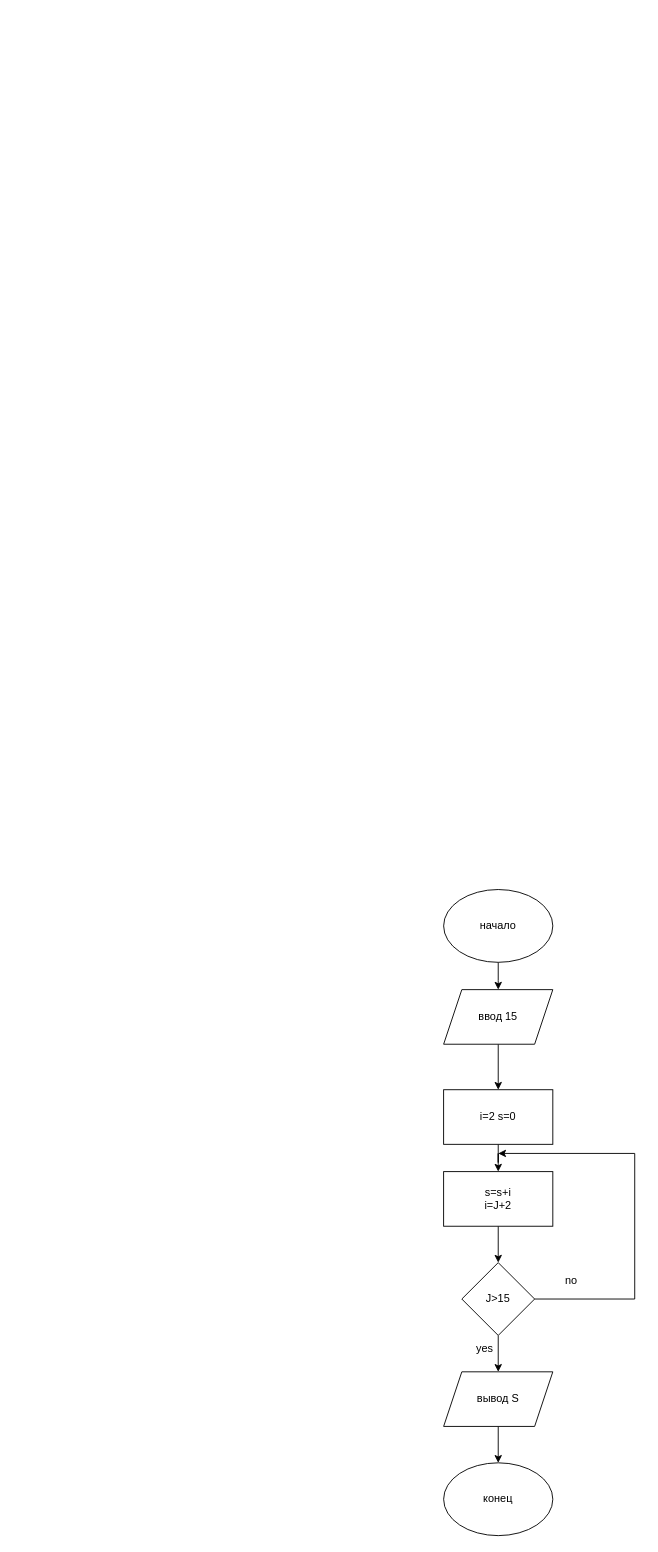
The draw.io diagram Диаграмма без названия.drawio in yroslav2323/python, before the edit. Source tidied: cells renumbered, new cells numbered last; positions are measured from the earlier drawing's top-left corner, leaving out a move shared by most shapes. Both pictures are drawn from the tidied source at 91%, with x=0, y=0 at pixel (443, 889).
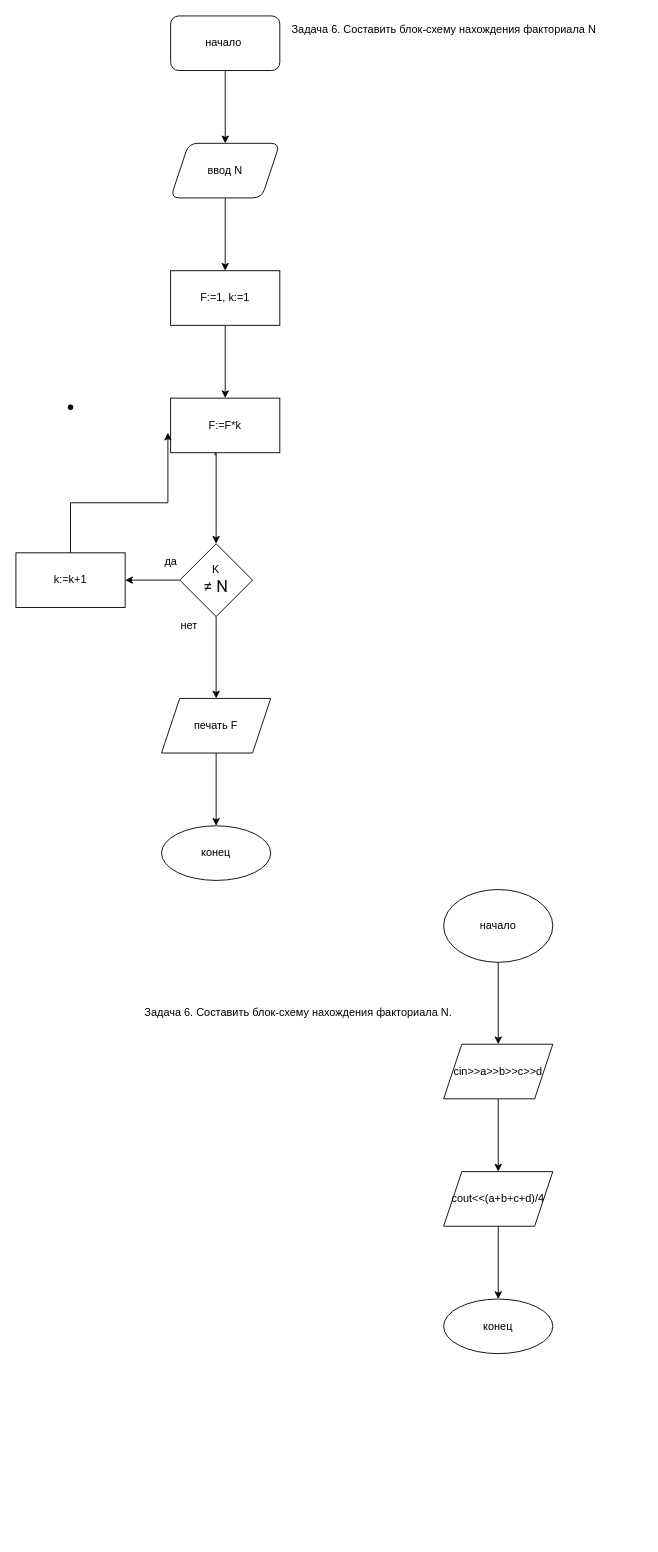
The same diagram, later.

The change refers to these unchanged cells:
```xml
<mxCell id="3" value="начало" style="ellipse;whiteSpace=wrap;html=1;" parent="1" vertex="1">
  <mxGeometry width="120" height="80" as="geometry" />
</mxCell>
```

Change to the diagram source:
```diff
@@
-    <mxCell id="2" style="edgeStyle=orthogonalEdgeStyle;rounded=0;jettySize=auto;html=1;" parent="1" edge="1" source="3">
-      <mxGeometry relative="1" as="geometry">
-        <mxPoint x="60" y="110" as="targetPoint" />
-      </mxGeometry>
-    </mxCell>
+    <mxCell id="18" style="edgeStyle=orthogonalEdgeStyle;rounded=0;jettySize=auto;html=1;" parent="1" edge="1" source="19" target="21">
+      <mxGeometry relative="1" as="geometry" />
+    </mxCell>
+    <mxCell id="19" value="начало&amp;nbsp;" style="rounded=1;whiteSpace=wrap;html=1;" parent="1" vertex="1">
+      <mxGeometry x="-300" y="-960" width="120" height="60" as="geometry" />
+    </mxCell>
+    <mxCell id="20" style="edgeStyle=orthogonalEdgeStyle;rounded=0;jettySize=auto;html=1;" parent="1" edge="1" source="21">
+      <mxGeometry relative="1" as="geometry">
+        <mxPoint x="-240" y="-680" as="targetPoint" />
+      </mxGeometry>
+    </mxCell>
+    <mxCell id="21" value="ввод N" style="shape=parallelogram;perimeter=parallelogramPerimeter;whiteSpace=wrap;html=1;fixedSize=1;rounded=1;" parent="1" vertex="1">
+      <mxGeometry x="-300" y="-820" width="120" height="60" as="geometry" />
+    </mxCell>
+    <mxCell id="22" style="edgeStyle=orthogonalEdgeStyle;rounded=0;jettySize=auto;html=1;" parent="1" edge="1" source="23" target="25">
+      <mxGeometry relative="1" as="geometry" />
+    </mxCell>
+    <mxCell id="23" value="F:=1, k:=1" style="rounded=0;whiteSpace=wrap;html=1;" parent="1" vertex="1">
+      <mxGeometry x="-300" y="-680" width="120" height="60" as="geometry" />
+    </mxCell>
+    <mxCell id="24" style="edgeStyle=orthogonalEdgeStyle;rounded=0;jettySize=auto;html=1;exitX=0.408;exitY=1.05;exitDx=0;exitDy=0;exitPerimeter=0;" parent="1" edge="1" source="25">
+      <mxGeometry relative="1" as="geometry">
+        <mxPoint x="-250" y="-380" as="targetPoint" />
+        <Array as="points">
+          <mxPoint x="-251" y="-480" />
+          <mxPoint x="-250" y="-480" />
+        </Array>
+      </mxGeometry>
+    </mxCell>
+    <mxCell id="25" value="F:=F*k" style="whiteSpace=wrap;html=1;rounded=0;" parent="1" vertex="1">
+      <mxGeometry x="-300" y="-540" width="120" height="60" as="geometry" />
+    </mxCell>
+    <mxCell id="26" style="edgeStyle=orthogonalEdgeStyle;rounded=0;jettySize=auto;html=1;" parent="1" edge="1" source="28" target="29">
+      <mxGeometry relative="1" as="geometry" />
+    </mxCell>
+    <mxCell id="27" style="edgeStyle=orthogonalEdgeStyle;rounded=0;jettySize=auto;html=1;" parent="1" edge="1" source="28" target="35">
+      <mxGeometry relative="1" as="geometry" />
+    </mxCell>
+    <mxCell id="28" value="K&lt;h1 style=&quot;box-sizing: inherit; font-size: 18px; margin: 0px; font-weight: normal; line-height: 1.3; color: rgb(17, 17, 17); font-family: Roboto, &amp;quot;Noto Sans&amp;quot;, sans-serif; text-align: start; background-color: rgb(255, 255, 255);&quot; id=&quot;symbol-title&quot; class=&quot;symbol__title symbol__title--main&quot;&gt;≠ N&lt;/h1&gt;" style="rhombus;whiteSpace=wrap;html=1;" parent="1" vertex="1">
+      <mxGeometry x="-290" y="-380" width="80" height="80" as="geometry" />
+    </mxCell>
+    <mxCell id="29" value="k:=k+1" style="whiteSpace=wrap;html=1;" parent="1" vertex="1">
+      <mxGeometry x="-470" y="-370" width="120" height="60" as="geometry" />
+    </mxCell>
+    <mxCell id="30" style="edgeStyle=orthogonalEdgeStyle;rounded=0;jettySize=auto;html=1;entryX=-0.025;entryY=0.633;entryDx=0;entryDy=0;entryPerimeter=0;exitX=0.5;exitY=0;exitDx=0;exitDy=0;" parent="1" edge="1" source="29" target="25">
+      <mxGeometry relative="1" as="geometry" />
+    </mxCell>
+    <mxCell id="31" style="shape=waypoint;sketch=0;size=6;fillColor=default;perimeter=centerPerimeter;" parent="1" vertex="1">
+      <mxGeometry x="-430" y="-550" width="40" height="40" as="geometry" />
+    </mxCell>
+    <mxCell id="32" value="да" style="text;html=1;align=center;verticalAlign=middle;fillColor=none;strokeColor=none;rounded=0;" parent="1" vertex="1">
+      <mxGeometry x="-320" y="-375" width="40" height="30" as="geometry" />
+    </mxCell>
+    <mxCell id="33" value="нет" style="text;html=1;align=center;verticalAlign=middle;fillColor=none;strokeColor=none;rounded=0;" parent="1" vertex="1">
+      <mxGeometry x="-300" y="-305" width="40" height="30" as="geometry" />
+    </mxCell>
+    <mxCell id="34" style="edgeStyle=orthogonalEdgeStyle;rounded=0;jettySize=auto;html=1;" parent="1" edge="1" source="35" target="36">
+      <mxGeometry relative="1" as="geometry" />
+    </mxCell>
+    <mxCell id="35" value="печать F" style="shape=parallelogram;perimeter=parallelogramPerimeter;whiteSpace=wrap;html=1;fixedSize=1;" parent="1" vertex="1">
+      <mxGeometry x="-310" y="-210" width="120" height="60" as="geometry" />
+    </mxCell>
+    <mxCell id="36" value="конец" style="ellipse;whiteSpace=wrap;html=1;" parent="1" vertex="1">
+      <mxGeometry x="-310" y="-70" width="120" height="60" as="geometry" />
+    </mxCell>
+    <mxCell id="37" value="Задача 6. Составить блок-схему нахождения факториала N" style="text;html=1;align=center;verticalAlign=middle;fillColor=none;strokeColor=none;rounded=0;" parent="1" vertex="1">
+      <mxGeometry x="-180" y="-960" width="360" height="30" as="geometry" />
+    </mxCell>
+    <mxCell id="38" style="edgeStyle=orthogonalEdgeStyle;rounded=0;jettySize=auto;html=1;" parent="1" edge="1" source="3" target="40">
+      <mxGeometry relative="1" as="geometry" />
+    </mxCell>
@@
-    <mxCell id="4" style="edgeStyle=orthogonalEdgeStyle;rounded=0;jettySize=auto;html=1;" parent="1" edge="1" source="5" target="7">
-      <mxGeometry relative="1" as="geometry" />
-    </mxCell>
-    <mxCell id="5" value="ввод 15" style="shape=parallelogram;perimeter=parallelogramPerimeter;whiteSpace=wrap;html=1;fixedSize=1;" parent="1" vertex="1">
-      <mxGeometry y="110" width="120" height="60" as="geometry" />
-    </mxCell>
-    <mxCell id="6" style="edgeStyle=orthogonalEdgeStyle;rounded=0;jettySize=auto;html=1;" parent="1" edge="1" source="7" target="9">
-      <mxGeometry relative="1" as="geometry" />
-    </mxCell>
-    <mxCell id="7" value="i=2 s=0" style="rounded=0;whiteSpace=wrap;html=1;" parent="1" vertex="1">
-      <mxGeometry y="220" width="120" height="60" as="geometry" />
-    </mxCell>
-    <mxCell id="8" style="edgeStyle=orthogonalEdgeStyle;rounded=0;jettySize=auto;html=1;" parent="1" edge="1" source="9" target="11">
-      <mxGeometry relative="1" as="geometry" />
-    </mxCell>
-    <mxCell id="9" value="s=s+i&lt;br&gt;i=J+2" style="rounded=0;whiteSpace=wrap;html=1;" parent="1" vertex="1">
-      <mxGeometry y="310" width="120" height="60" as="geometry" />
-    </mxCell>
-    <mxCell id="10" style="edgeStyle=orthogonalEdgeStyle;rounded=0;jettySize=auto;html=1;" parent="1" edge="1" source="11" target="15">
-      <mxGeometry relative="1" as="geometry" />
-    </mxCell>
-    <mxCell id="11" value="J&amp;gt;15" style="rhombus;whiteSpace=wrap;html=1;" parent="1" vertex="1">
-      <mxGeometry x="20" y="410" width="80" height="80" as="geometry" />
-    </mxCell>
-    <mxCell id="12" style="endArrow=classic;html=1;rounded=0;exitX=1;exitY=0.5;exitDx=0;exitDy=0;" parent="1" edge="1" source="11">
-      <mxGeometry relative="1" as="geometry">
-        <mxPoint x="60" y="290" as="targetPoint" />
-        <Array as="points">
-          <mxPoint x="210" y="450" />
-          <mxPoint x="210" y="290" />
-        </Array>
-      </mxGeometry>
-    </mxCell>
-    <mxCell id="13" value="no" style="text;html=1;align=center;verticalAlign=middle;strokeColor=none;fillColor=none;" parent="1" vertex="1">
-      <mxGeometry x="120" y="415" width="40" height="30" as="geometry" />
-    </mxCell>
-    <mxCell id="14" style="edgeStyle=orthogonalEdgeStyle;rounded=0;jettySize=auto;html=1;" parent="1" edge="1" source="15" target="16">
-      <mxGeometry relative="1" as="geometry" />
-    </mxCell>
-    <mxCell id="15" value="вывод S" style="shape=parallelogram;perimeter=parallelogramPerimeter;whiteSpace=wrap;html=1;fixedSize=1;" parent="1" vertex="1">
-      <mxGeometry y="530" width="120" height="60" as="geometry" />
-    </mxCell>
-    <mxCell id="16" value="конец" style="ellipse;whiteSpace=wrap;html=1;" parent="1" vertex="1">
-      <mxGeometry y="630" width="120" height="80" as="geometry" />
-    </mxCell>
-    <mxCell id="17" value="yes" style="text;html=1;align=center;verticalAlign=middle;strokeColor=none;fillColor=none;" parent="1" vertex="1">
-      <mxGeometry x="25" y="490" width="40" height="30" as="geometry" />
-    </mxCell>
+    <mxCell id="39" style="edgeStyle=orthogonalEdgeStyle;rounded=0;jettySize=auto;html=1;" parent="1" edge="1" source="40" target="42">
+      <mxGeometry relative="1" as="geometry" />
+    </mxCell>
+    <mxCell id="40" value="cin&amp;gt;&amp;gt;a&amp;gt;&amp;gt;b&amp;gt;&amp;gt;c&amp;gt;&amp;gt;d" style="shape=parallelogram;perimeter=parallelogramPerimeter;whiteSpace=wrap;html=1;fixedSize=1;" parent="1" vertex="1">
+      <mxGeometry y="170" width="120" height="60" as="geometry" />
+    </mxCell>
+    <mxCell id="41" style="edgeStyle=orthogonalEdgeStyle;rounded=0;jettySize=auto;html=1;" parent="1" edge="1" source="42" target="43">
+      <mxGeometry relative="1" as="geometry" />
+    </mxCell>
+    <mxCell id="42" value="cout&amp;lt;&amp;lt;(a+b+c+d)/4" style="shape=parallelogram;perimeter=parallelogramPerimeter;whiteSpace=wrap;html=1;fixedSize=1;" parent="1" vertex="1">
+      <mxGeometry y="310" width="120" height="60" as="geometry" />
+    </mxCell>
+    <mxCell id="43" value="конец" style="ellipse;whiteSpace=wrap;html=1;" parent="1" vertex="1">
+      <mxGeometry y="450" width="120" height="60" as="geometry" />
+    </mxCell>
+    <mxCell id="44" value="Задача 6. Составить блок-схему нахождения факториала N." style="text;html=1;align=center;verticalAlign=middle;fillColor=none;strokeColor=none;rounded=0;" parent="1" vertex="1">
+      <mxGeometry x="-340" y="120" width="360" height="30" as="geometry" />
+    </mxCell>
```
